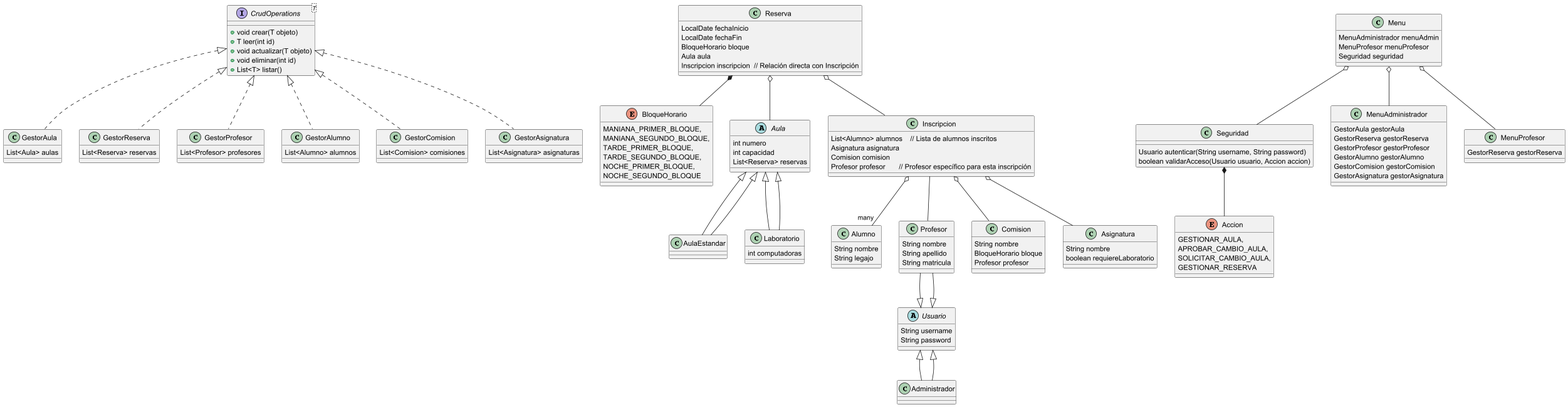
Before: src/doc/uml.png, a diagram exported from PlantUML (burgosfacundo/gestionAulas). Its diagram source:
```plantuml
@startuml
interface CrudOperations<T> {
    +void crear(T objeto)
    +T leer(int id)
    +void actualizar(T objeto)
    +void eliminar(int id)
    +List<T> listar()
}

enum BloqueHorario {
    MANIANA_PRIMER_BLOQUE,
    MANIANA_SEGUNDO_BLOQUE,
    TARDE_PRIMER_BLOQUE,
    TARDE_SEGUNDO_BLOQUE,
    NOCHE_PRIMER_BLOQUE,
    NOCHE_SEGUNDO_BLOQUE
}

abstract class Aula {
    int numero
    int capacidad
    List<Reserva> reservas
}

class AulaEstandar extends Aula {
}

class Laboratorio extends Aula {
    int computadoras
}

class Reserva {
    LocalDate fechaInicio
    LocalDate fechaFin
    BloqueHorario bloque
    Aula aula
    Inscripcion inscripcion  // Relación directa con Inscripción
}

class Alumno {
    String nombre
    String legajo
}

class Profesor extends Usuario {
    String nombre
    String apellido
    String matricula
}

class Comision {
    String nombre
    BloqueHorario bloque
    Profesor profesor
}

class Asignatura {
    String nombre
    boolean requiereLaboratorio
}

class Inscripcion {
    List<Alumno> alumnos    // Lista de alumnos inscritos
    Asignatura asignatura
    Comision comision
    Profesor profesor       // Profesor específico para esta inscripción
}

class GestorAula implements CrudOperations<Aula> {
    List<Aula> aulas
}

class GestorReserva implements CrudOperations<Reserva> {
    List<Reserva> reservas
}

class GestorProfesor implements CrudOperations<Profesor> {
    List<Profesor> profesores
}

class GestorAlumno implements CrudOperations<Alumno> {
    List<Alumno> alumnos
}

class GestorComision implements CrudOperations<Comision> {
    List<Comision> comisiones
}

class GestorAsignatura implements CrudOperations<Asignatura> {
    List<Asignatura> asignaturas
}

class Seguridad {
    Usuario autenticar(String username, String password)
    boolean validarAcceso(Usuario usuario, Accion accion)
}

class Menu {
    MenuAdministrador menuAdmin
    MenuProfesor menuProfesor
    Seguridad seguridad
}


class MenuAdministrador {
    GestorAula gestorAula
    GestorReserva gestorReserva
    GestorProfesor gestorProfesor
    GestorAlumno gestorAlumno
    GestorComision gestorComision
    GestorAsignatura gestorAsignatura
}

class MenuProfesor {
    GestorReserva gestorReserva
}

abstract class Usuario {
    String username
    String password
}

class Administrador extends Usuario {
}

enum Accion {
    GESTIONAR_AULA,
    APROBAR_CAMBIO_AULA,
    SOLICITAR_CAMBIO_AULA,
    GESTIONAR_RESERVA
}

Aula <|-- AulaEstandar
Aula <|-- Laboratorio
Reserva o-- Aula
Reserva o-- Inscripcion
Reserva *-- BloqueHorario
Inscripcion o-- Asignatura
Inscripcion o-- Comision
Inscripcion o-- "many" Alumno
Inscripcion -- Profesor
Administrador --|> Usuario
Profesor --|> Usuario
Seguridad *-- Accion
Menu o-- Seguridad
Menu o-- MenuAdministrador
Menu o-- MenuProfesor
@enduml
```
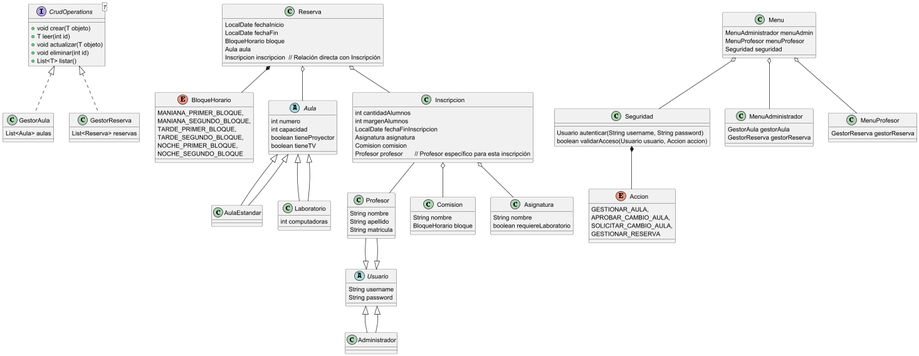
The same file after the commit.

The edit, as a diff of the source:
```diff
@@ -19,7 +19,8 @@
 abstract class Aula {
     int numero
     int capacidad
-    List<Reserva> reservas
+    boolean tieneProyector
+    boolean tieneTV
 }
 
 class AulaEstandar extends Aula {
@@ -37,11 +38,6 @@
     Inscripcion inscripcion  // Relación directa con Inscripción
 }
 
-class Alumno {
-    String nombre
-    String legajo
-}
-
 class Profesor extends Usuario {
     String nombre
     String apellido
@@ -51,7 +47,6 @@
 class Comision {
     String nombre
     BloqueHorario bloque
-    Profesor profesor
 }
 
 class Asignatura {
@@ -60,7 +55,9 @@
 }
 
 class Inscripcion {
-    List<Alumno> alumnos    // Lista de alumnos inscritos
+    int cantidadAlumnos
+    int margenAlumnos
+    LocalDate fechaFinInscripcion
     Asignatura asignatura
     Comision comision
     Profesor profesor       // Profesor específico para esta inscripción
@@ -72,22 +69,6 @@
 
 class GestorReserva implements CrudOperations<Reserva> {
     List<Reserva> reservas
-}
-
-class GestorProfesor implements CrudOperations<Profesor> {
-    List<Profesor> profesores
-}
-
-class GestorAlumno implements CrudOperations<Alumno> {
-    List<Alumno> alumnos
-}
-
-class GestorComision implements CrudOperations<Comision> {
-    List<Comision> comisiones
-}
-
-class GestorAsignatura implements CrudOperations<Asignatura> {
-    List<Asignatura> asignaturas
 }
 
 class Seguridad {
@@ -105,10 +86,6 @@
 class MenuAdministrador {
     GestorAula gestorAula
     GestorReserva gestorReserva
-    GestorProfesor gestorProfesor
-    GestorAlumno gestorAlumno
-    GestorComision gestorComision
-    GestorAsignatura gestorAsignatura
 }
 
 class MenuProfesor {
@@ -137,7 +114,6 @@
 Reserva *-- BloqueHorario
 Inscripcion o-- Asignatura
 Inscripcion o-- Comision
-Inscripcion o-- "many" Alumno
 Inscripcion -- Profesor
 Administrador --|> Usuario
 Profesor --|> Usuario
```
